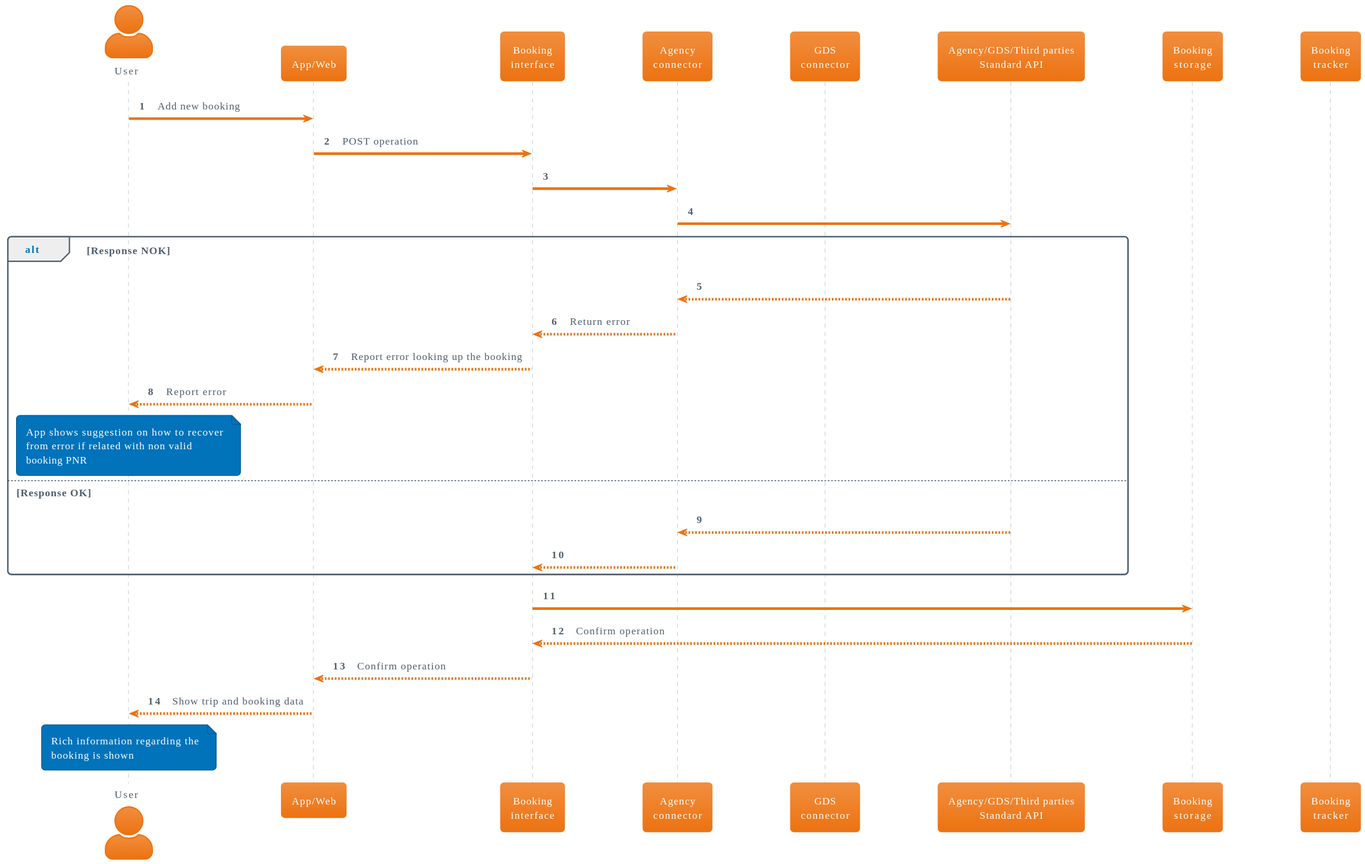
relic-da/ArchEnemies keeps this PlantUML diagram as doc/use_cases/user_add_booking_manually.svg. Above is the earlier version.
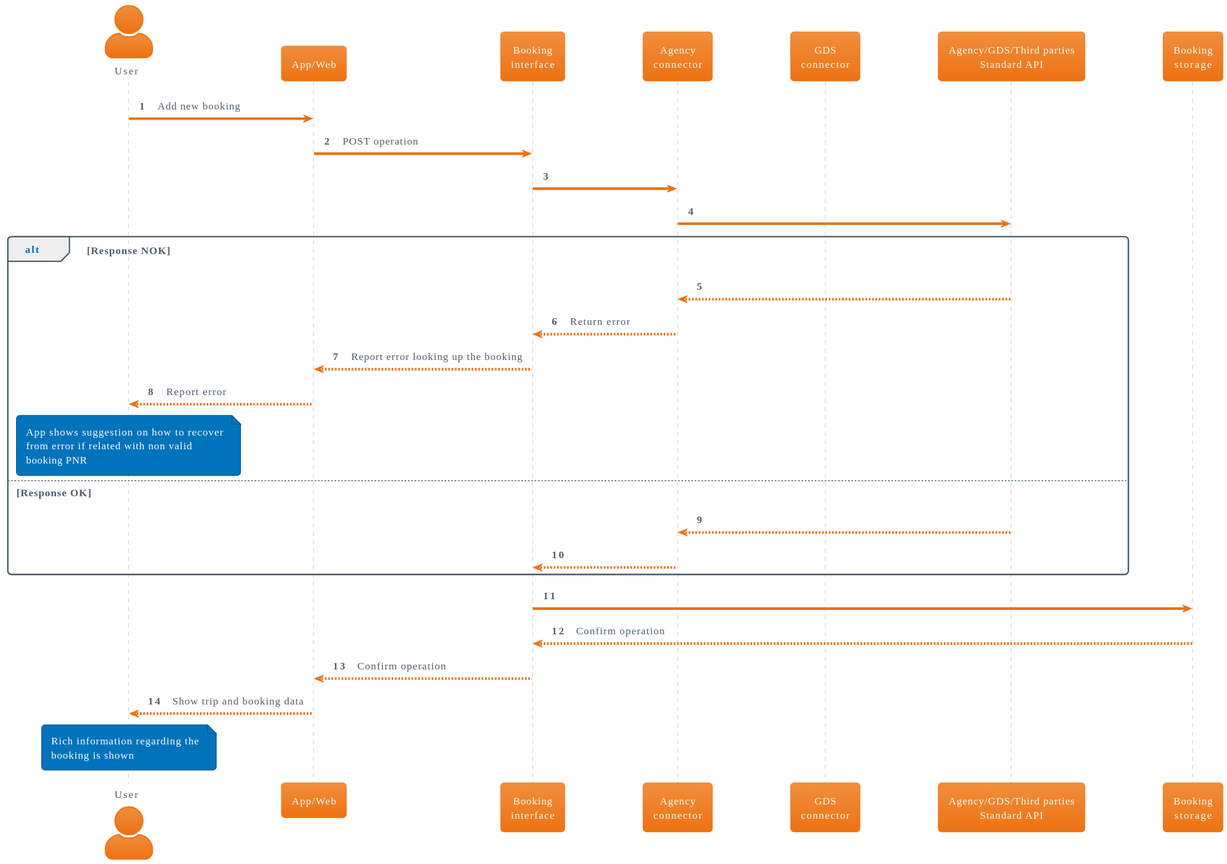
After the commit.

What changed in the source:
```diff
@@ -12,7 +12,6 @@
 participant "GDS\nconnector" as gds_connector
 participant "Agency/GDS/Third parties\nStandard API" as third_parties
 participant "Booking\nstorage" as booking_storage
-participant "Booking\ntracker" as booking_tracker
 
 user -> app: Add new booking
 app -> booking_interface: POST operation
```
